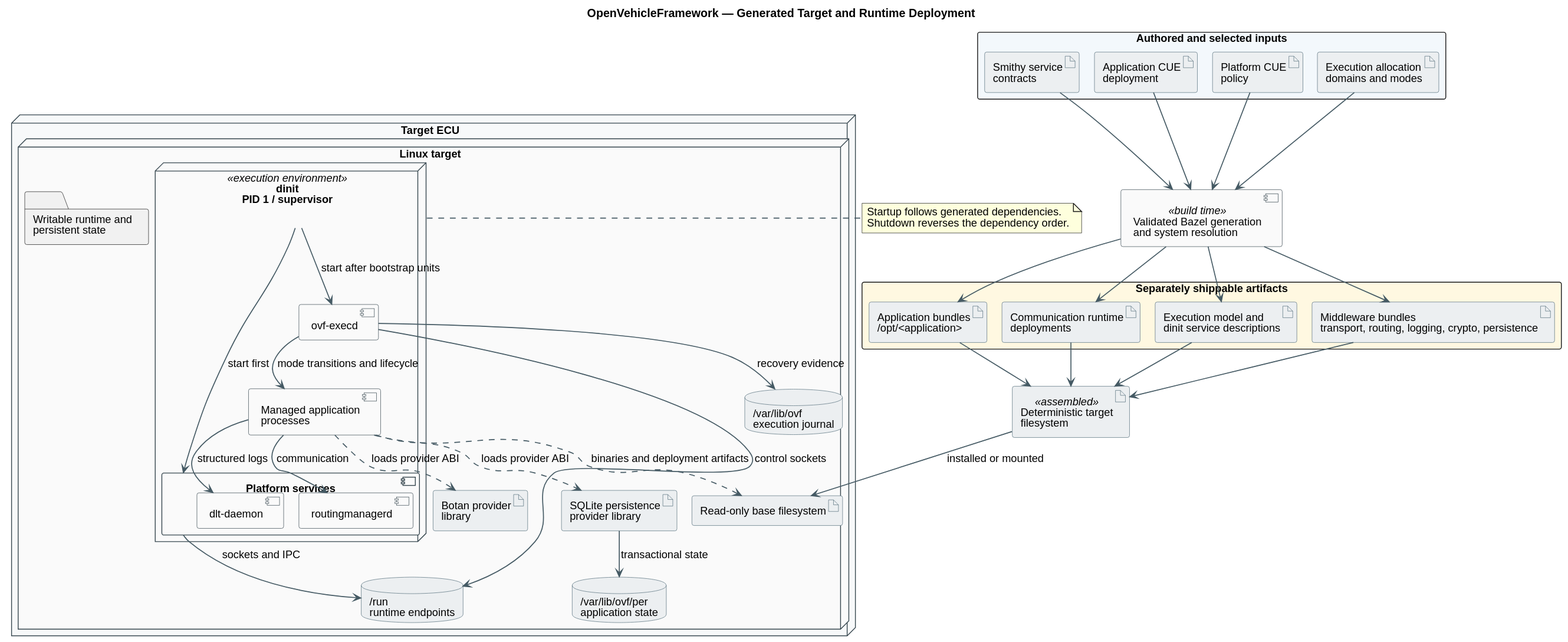
Before: docs/diagrams/target-deployment.svg, a diagram exported from PlantUML (unwynd/openvehicleframework).
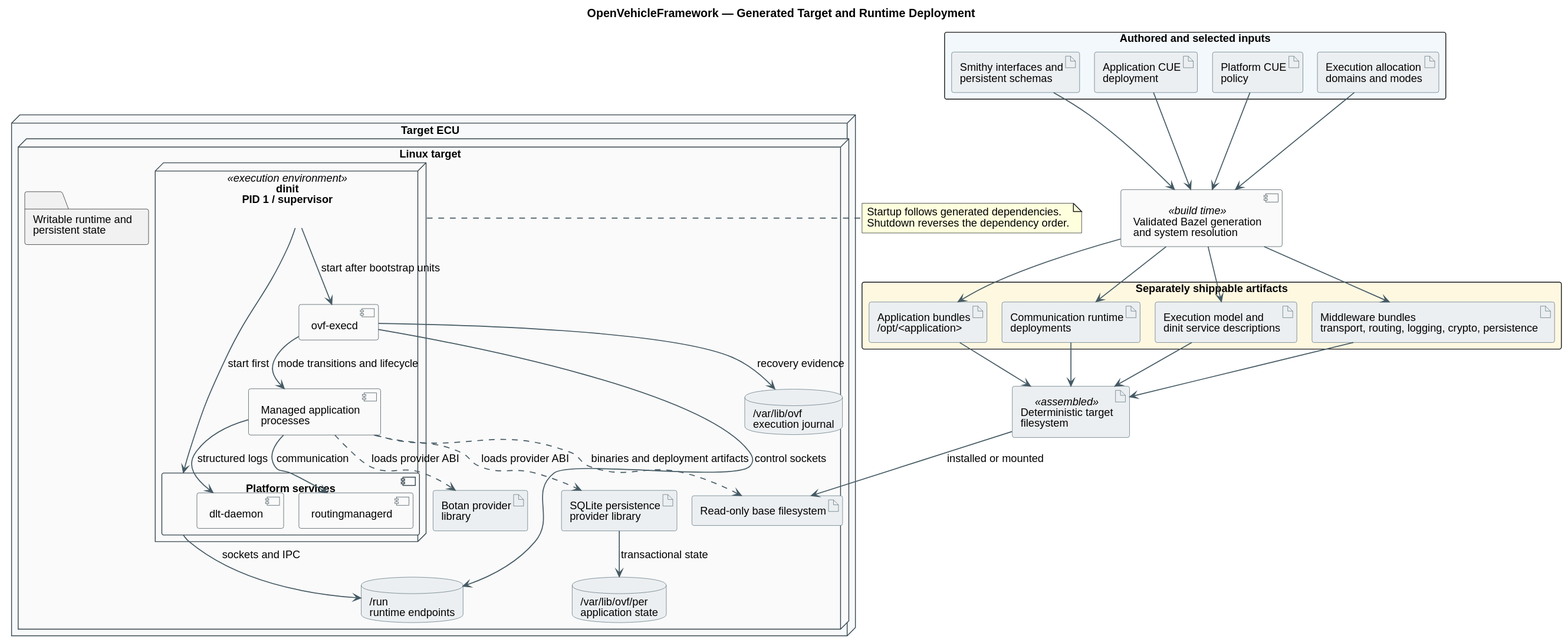
Above is the later version.

Diff of the diagram source:
```diff
@@ -21,7 +21,7 @@
 skinparam DatabaseBackgroundColor #ECEFF1
 
 package "Authored and selected inputs" as inputs #F3F8FC {
-  artifact "Smithy service\ncontracts" as smithy
+  artifact "Smithy interfaces and\npersistent schemas" as smithy
   artifact "Application CUE\ndeployment" as app_cue
   artifact "Platform CUE\npolicy" as platform_cue
   artifact "Execution allocation\ndomains and modes" as allocation
```
